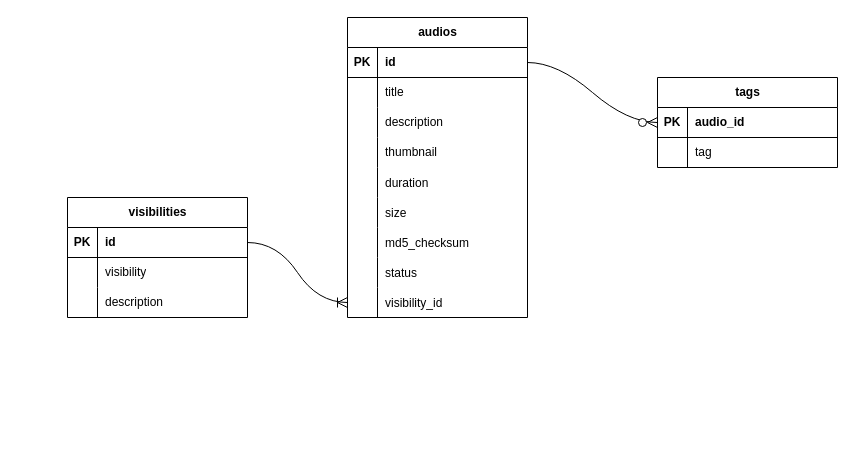
WardZid/AudioWave keeps this draw.io diagram as Diagrams/audio-metadata-database-diagram.drawio. Above is the earlier version. Source tidied: cells renumbered, new cells numbered last; positions are measured from the earlier drawing's top-left corner, leaving out a move shared by most shapes. Both pictures are drawn from the tidied source at 100%, with x=0, y=0 at pixel (67, 17).
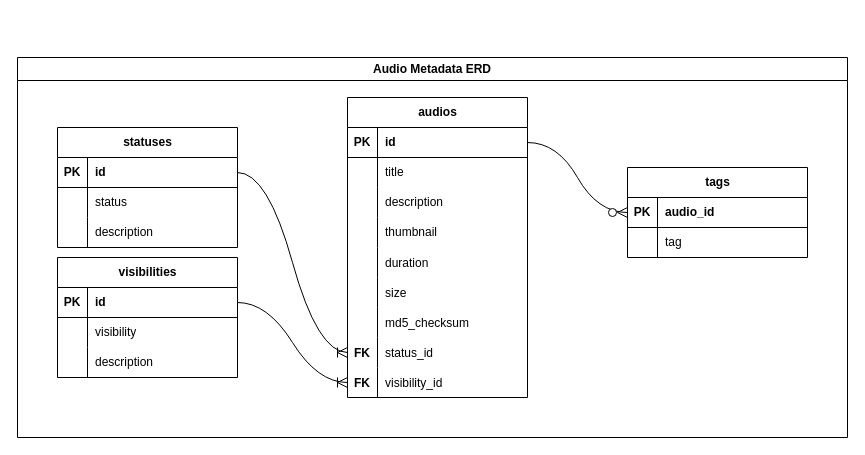
The same diagram, later.

Unchanged cells that the change refers to:
```xml
<mxCell id="24" style="shape=tableRow;horizontal=0;startSize=0;swimlaneHead=0;swimlaneBody=0;fillColor=none;points=[[0,0.5],[1,0.5]];portConstraint=eastwest;top=0;left=0;right=0;bottom=0;" parent="2" vertex="1">
  <mxGeometry y="240" width="180" height="30" as="geometry" />
</mxCell>
<mxCell id="27" style="shape=tableRow;horizontal=0;startSize=0;swimlaneHead=0;swimlaneBody=0;fillColor=none;points=[[0,0.5],[1,0.5]];portConstraint=eastwest;top=0;left=0;right=0;bottom=0;" parent="2" vertex="1">
  <mxGeometry y="270" width="180" height="30" as="geometry" />
</mxCell>
```

Diff of the diagram source:
```diff
@@
     <mxCell id="2" value="audios" style="shape=table;startSize=30;childLayout=tableLayout;rowLines=0;fontStyle=1;align=center;html=1;" parent="1" vertex="1">
-      <mxGeometry x="280" width="180" height="300" as="geometry" />
+      <mxGeometry x="280" y="80" width="180" height="300" as="geometry" />
     </mxCell>
@@
-    <mxCell id="25" style="shape=partialRectangle;fillColor=none;top=0;left=0;bottom=0;right=0;overflow=hidden;" parent="24" vertex="1">
+    <mxCell id="25" value="FK" style="shape=partialRectangle;fillColor=none;top=0;left=0;bottom=0;right=0;overflow=hidden;fontStyle=1;" parent="24" vertex="1">
       <mxGeometry width="30" height="30" as="geometry" />
     </mxCell>
-    <mxCell id="26" value="status" style="shape=partialRectangle;fillColor=none;top=0;left=0;bottom=0;right=0;align=left;spacingLeft=6;overflow=hidden;" parent="24" vertex="1">
+    <mxCell id="26" value="status_id" style="shape=partialRectangle;fillColor=none;top=0;left=0;bottom=0;right=0;align=left;spacingLeft=6;overflow=hidden;" parent="24" vertex="1">
       <mxGeometry x="30" width="150" height="30" as="geometry" />
     </mxCell>
@@
-    <mxCell id="28" style="shape=partialRectangle;fillColor=none;top=0;left=0;bottom=0;right=0;overflow=hidden;" parent="27" vertex="1">
+    <mxCell id="28" value="FK" style="shape=partialRectangle;fillColor=none;top=0;left=0;bottom=0;right=0;overflow=hidden;fontStyle=1;" parent="27" vertex="1">
       <mxGeometry width="30" height="30" as="geometry" />
     </mxCell>
@@
     <mxCell id="30" value="visibilities" style="shape=table;startSize=30;childLayout=tableLayout;rowLines=0;fontStyle=1;align=center;html=1;" parent="1" vertex="1">
-      <mxGeometry y="180" width="180" height="120" as="geometry" />
+      <mxGeometry x="-10" y="240" width="180" height="120" as="geometry" />
     </mxCell>
@@
     <mxCell id="41" value="tags" style="shape=table;startSize=30;childLayout=tableLayout;rowLines=0;fontStyle=1;align=center;html=1;" parent="1" vertex="1">
-      <mxGeometry x="590" y="60" width="180" height="90" as="geometry" />
+      <mxGeometry x="560" y="150" width="180" height="90" as="geometry" />
     </mxCell>
@@
+    <mxCell id="49" value="statuses" style="shape=table;startSize=30;childLayout=tableLayout;rowLines=0;fontStyle=1;align=center;html=1;" parent="1" vertex="1">
+      <mxGeometry x="-10" y="110" width="180" height="120" as="geometry" />
+    </mxCell>
+    <mxCell id="50" style="shape=tableRow;horizontal=0;startSize=0;swimlaneHead=0;swimlaneBody=0;fillColor=none;points=[[0,0.5],[1,0.5]];portConstraint=eastwest;top=0;left=0;right=0;bottom=1;" parent="49" vertex="1">
+      <mxGeometry y="30" width="180" height="30" as="geometry" />
+    </mxCell>
+    <mxCell id="51" value="PK" style="shape=partialRectangle;fillColor=none;top=0;left=0;bottom=0;right=0;fontStyle=1;overflow=hidden;whiteSpace=wrap;html=1;" parent="50" vertex="1">
+      <mxGeometry width="30" height="30" as="geometry" />
+    </mxCell>
+    <mxCell id="52" value="id" style="shape=partialRectangle;fillColor=none;top=0;left=0;bottom=0;right=0;align=left;spacingLeft=6;fontStyle=1;overflow=hidden;whiteSpace=wrap;html=1;" parent="50" vertex="1">
+      <mxGeometry x="30" width="150" height="30" as="geometry" />
+    </mxCell>
+    <mxCell id="53" style="shape=tableRow;horizontal=0;startSize=0;swimlaneHead=0;swimlaneBody=0;fillColor=none;top=0;left=0;right=0;bottom=0;" parent="49" vertex="1">
+      <mxGeometry y="60" width="180" height="30" as="geometry" />
+    </mxCell>
+    <mxCell id="54" style="shape=partialRectangle;fillColor=none;top=0;left=0;bottom=0;right=0;overflow=hidden;whiteSpace=wrap;html=1;" parent="53" vertex="1">
+      <mxGeometry width="30" height="30" as="geometry" />
+    </mxCell>
+    <mxCell id="55" value="status" style="shape=partialRectangle;fillColor=none;top=0;left=0;bottom=0;right=0;align=left;spacingLeft=6;overflow=hidden;whiteSpace=wrap;html=1;" parent="53" vertex="1">
+      <mxGeometry x="30" width="150" height="30" as="geometry" />
+    </mxCell>
+    <mxCell id="56" style="shape=tableRow;horizontal=0;startSize=0;swimlaneHead=0;swimlaneBody=0;fillColor=none;top=0;left=0;right=0;bottom=0;" parent="49" vertex="1">
+      <mxGeometry y="90" width="180" height="30" as="geometry" />
+    </mxCell>
+    <mxCell id="57" style="shape=partialRectangle;fillColor=none;top=0;left=0;bottom=0;right=0;overflow=hidden;whiteSpace=wrap;html=1;" parent="56" vertex="1">
+      <mxGeometry width="30" height="30" as="geometry" />
+    </mxCell>
+    <mxCell id="58" value="description" style="shape=partialRectangle;fillColor=none;top=0;left=0;bottom=0;right=0;align=left;spacingLeft=6;overflow=hidden;whiteSpace=wrap;html=1;" parent="56" vertex="1">
+      <mxGeometry x="30" width="150" height="30" as="geometry" />
+    </mxCell>
+    <mxCell id="59" style="edgeStyle=entityRelationEdgeStyle;fontSize=12;html=1;endArrow=ERoneToMany;rounded=0;startSize=8;endSize=8;curved=1;" parent="1" edge="1" source="50" target="24">
+      <mxGeometry relative="1" as="geometry" />
+    </mxCell>
+    <mxCell id="60" value="Audio Metadata ERD" style="swimlane;whiteSpace=wrap;html=1;" parent="1" vertex="1">
+      <mxGeometry x="-50" y="40" width="830" height="380" as="geometry" />
+    </mxCell>
```
